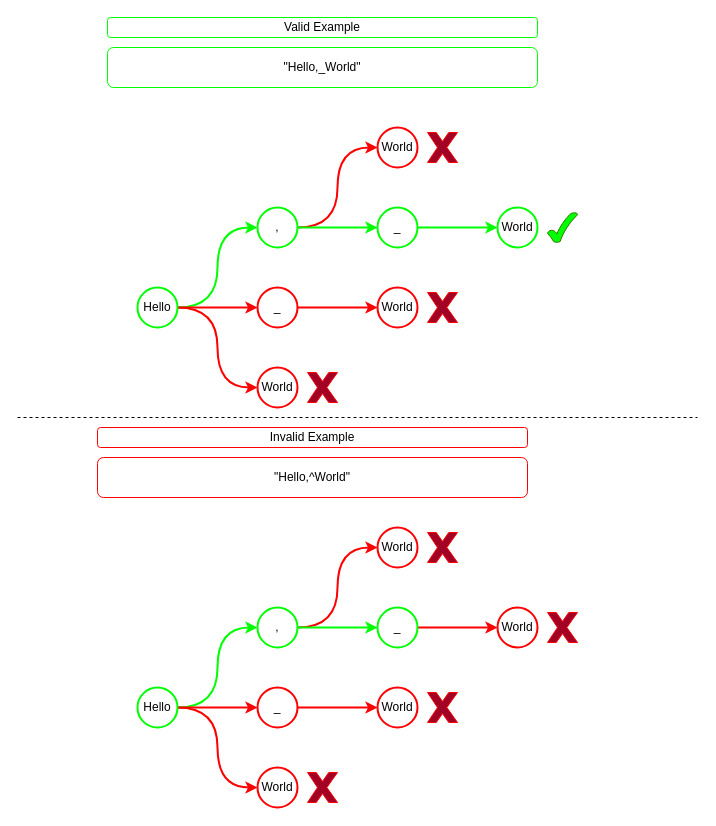
pavel-cpp/cpp-mime-magic keeps this draw.io diagram as docs/src/diagrams/how_the_format_works.drawio. Above is the earlier version. Source tidied: cells renumbered, new cells numbered last; positions are measured from the earlier drawing's top-left corner, leaving out a move shared by most shapes. Both pictures are drawn from the tidied source at 100%, with x=0, y=0 at pixel (17, 17).
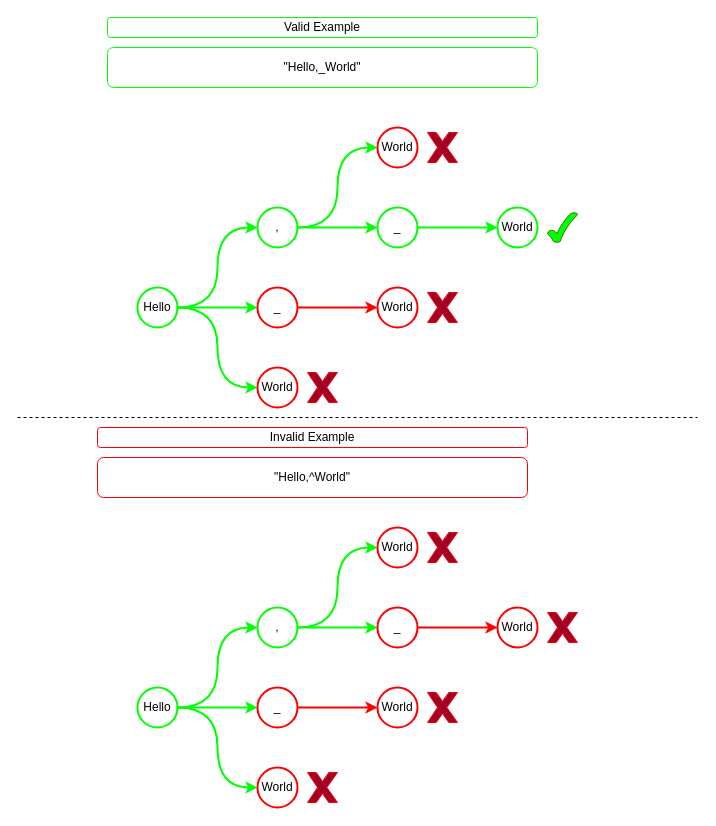
Above is the later version.

The change refers to these unchanged cells:
```xml
<mxCell id="7" value="Hello" style="ellipse;whiteSpace=wrap;html=1;strokeColor=#00FF00;strokeWidth=2;" parent="1" vertex="1">
  <mxGeometry x="120" y="270" width="40" height="40" as="geometry" />
</mxCell>
<mxCell id="8" value="World" style="ellipse;whiteSpace=wrap;html=1;strokeColor=#ff0000;strokeWidth=2;" parent="1" vertex="1">
  <mxGeometry x="240" y="350" width="40" height="40" as="geometry" />
</mxCell>
<mxCell id="10" value="_" style="ellipse;whiteSpace=wrap;html=1;strokeColor=#ff0000;strokeWidth=2;" parent="1" vertex="1">
  <mxGeometry x="240" y="270" width="40" height="40" as="geometry" />
</mxCell>
<mxCell id="13" value="," style="ellipse;whiteSpace=wrap;html=1;strokeColor=#00FF00;strokeWidth=2;" parent="1" vertex="1">
  <mxGeometry x="240" y="190" width="40" height="40" as="geometry" />
</mxCell>
<mxCell id="17" value="World" style="ellipse;whiteSpace=wrap;html=1;strokeColor=#ff0000;strokeWidth=2;" parent="1" vertex="1">
  <mxGeometry x="360" y="110" width="40" height="40" as="geometry" />
</mxCell>
<mxCell id="24" value="Hello" style="ellipse;whiteSpace=wrap;html=1;strokeColor=#00FF00;strokeWidth=2;" parent="1" vertex="1">
  <mxGeometry x="120" y="670" width="40" height="40" as="geometry" />
</mxCell>
<mxCell id="25" value="World" style="ellipse;whiteSpace=wrap;html=1;strokeColor=#FF0000;strokeWidth=2;" parent="1" vertex="1">
  <mxGeometry x="240" y="750" width="40" height="40" as="geometry" />
</mxCell>
<mxCell id="27" value="_" style="ellipse;whiteSpace=wrap;html=1;strokeColor=#FF0000;strokeWidth=2;" parent="1" vertex="1">
  <mxGeometry x="240" y="670" width="40" height="40" as="geometry" />
</mxCell>
<mxCell id="30" value="," style="ellipse;whiteSpace=wrap;html=1;strokeColor=#00FF00;strokeWidth=2;" parent="1" vertex="1">
  <mxGeometry x="240" y="590" width="40" height="40" as="geometry" />
</mxCell>
<mxCell id="34" value="World" style="ellipse;whiteSpace=wrap;html=1;strokeColor=#FF0000;strokeWidth=2;" parent="1" vertex="1">
  <mxGeometry x="360" y="510" width="40" height="40" as="geometry" />
</mxCell>
```

Diff of the diagram source:
```diff
@@
-    <mxCell id="5" style="edgeStyle=orthogonalEdgeStyle;rounded=0;jettySize=auto;html=1;strokeColor=#FF0000;strokeWidth=2;" parent="1" edge="1" source="7" target="10">
+    <mxCell id="5" style="edgeStyle=orthogonalEdgeStyle;rounded=0;jettySize=auto;html=1;strokeColor=#00FF00;strokeWidth=2;" parent="1" edge="1" source="7" target="10">
       <mxGeometry relative="1" as="geometry" />
     </mxCell>
-    <mxCell id="6" style="edgeStyle=orthogonalEdgeStyle;rounded=0;jettySize=auto;html=1;entryX=0;entryY=0.5;entryDx=0;entryDy=0;curved=1;strokeColor=#FF0000;strokeWidth=2;" parent="1" edge="1" source="7" target="8">
+    <mxCell id="6" style="edgeStyle=orthogonalEdgeStyle;rounded=0;jettySize=auto;html=1;entryX=0;entryY=0.5;entryDx=0;entryDy=0;curved=1;strokeColor=#00FF00;strokeWidth=2;" parent="1" edge="1" source="7" target="8">
       <mxGeometry relative="1" as="geometry" />
     </mxCell>
@@
-    <mxCell id="11" style="edgeStyle=orthogonalEdgeStyle;rounded=0;jettySize=auto;html=1;entryX=0;entryY=0.5;entryDx=0;entryDy=0;curved=1;strokeColor=#FF0000;strokeWidth=2;" parent="1" edge="1" source="13" target="17">
+    <mxCell id="11" style="edgeStyle=orthogonalEdgeStyle;rounded=0;jettySize=auto;html=1;entryX=0;entryY=0.5;entryDx=0;entryDy=0;curved=1;strokeColor=#00FF00;strokeWidth=2;" parent="1" edge="1" source="13" target="17">
       <mxGeometry relative="1" as="geometry" />
     </mxCell>
@@
-    <mxCell id="22" style="edgeStyle=orthogonalEdgeStyle;rounded=0;jettySize=auto;html=1;strokeColor=#FF0000;strokeWidth=2;" parent="1" edge="1" source="24" target="27">
+    <mxCell id="22" style="edgeStyle=orthogonalEdgeStyle;rounded=0;jettySize=auto;html=1;strokeColor=#00FF00;strokeWidth=2;" parent="1" edge="1" source="24" target="27">
       <mxGeometry relative="1" as="geometry" />
     </mxCell>
-    <mxCell id="23" style="edgeStyle=orthogonalEdgeStyle;rounded=0;jettySize=auto;html=1;entryX=0;entryY=0.5;entryDx=0;entryDy=0;curved=1;strokeColor=#FF0000;strokeWidth=2;" parent="1" edge="1" source="24" target="25">
+    <mxCell id="23" style="edgeStyle=orthogonalEdgeStyle;rounded=0;jettySize=auto;html=1;entryX=0;entryY=0.5;entryDx=0;entryDy=0;curved=1;strokeColor=#00FF00;strokeWidth=2;" parent="1" edge="1" source="24" target="25">
       <mxGeometry relative="1" as="geometry" />
     </mxCell>
@@
-    <mxCell id="28" style="edgeStyle=orthogonalEdgeStyle;rounded=0;jettySize=auto;html=1;entryX=0;entryY=0.5;entryDx=0;entryDy=0;curved=1;strokeColor=#FF0000;strokeWidth=2;" parent="1" edge="1" source="30" target="34">
+    <mxCell id="28" style="edgeStyle=orthogonalEdgeStyle;rounded=0;jettySize=auto;html=1;entryX=0;entryY=0.5;entryDx=0;entryDy=0;curved=1;strokeColor=#00FF00;strokeWidth=2;" parent="1" edge="1" source="30" target="34">
       <mxGeometry relative="1" as="geometry" />
     </mxCell>
@@
-    <mxCell id="32" value="_" style="ellipse;whiteSpace=wrap;html=1;strokeColor=#00FF00;strokeWidth=2;" parent="1" vertex="1">
+    <mxCell id="32" value="_" style="ellipse;whiteSpace=wrap;html=1;strokeColor=#FF0000;strokeWidth=2;" parent="1" vertex="1">
       <mxGeometry x="360" y="590" width="40" height="40" as="geometry" />
     </mxCell>
```
